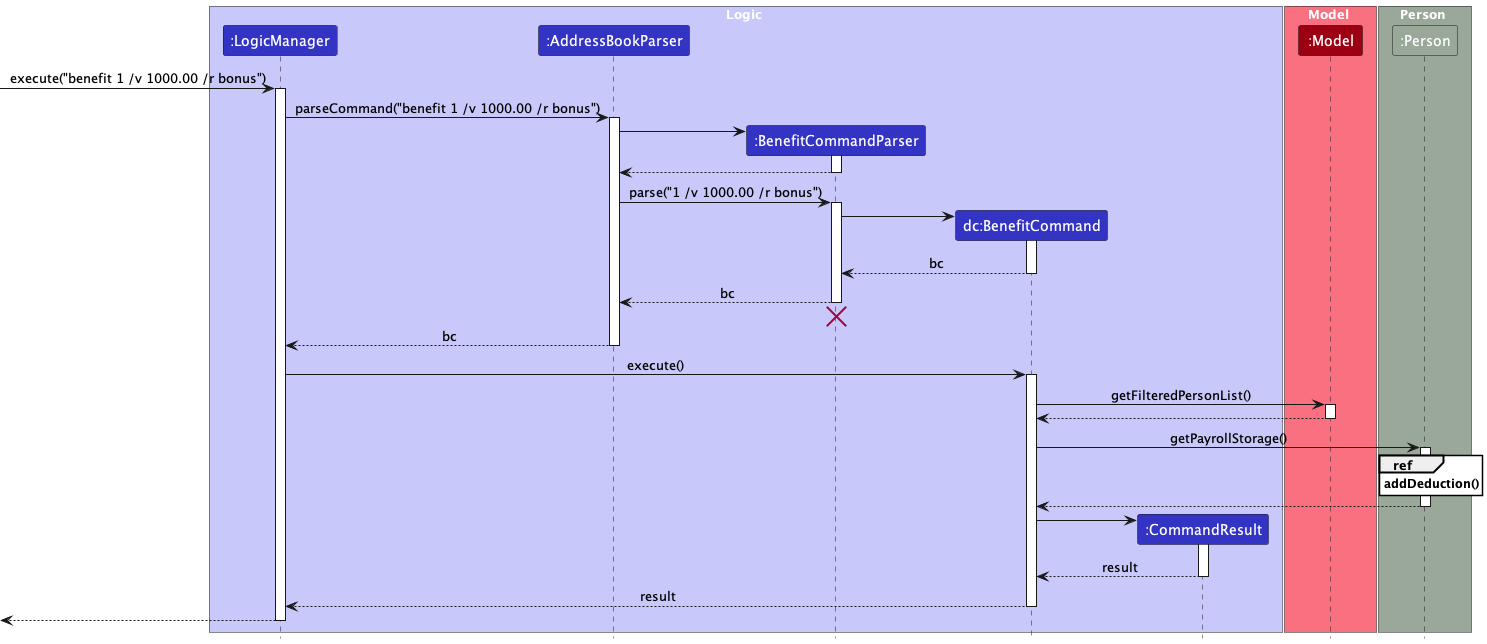
This is docs/images/AddBenefitSequenceDiagram.png from nus-cs2103-AY2324S1/tp, a PlantUML export, as it was before one commit.
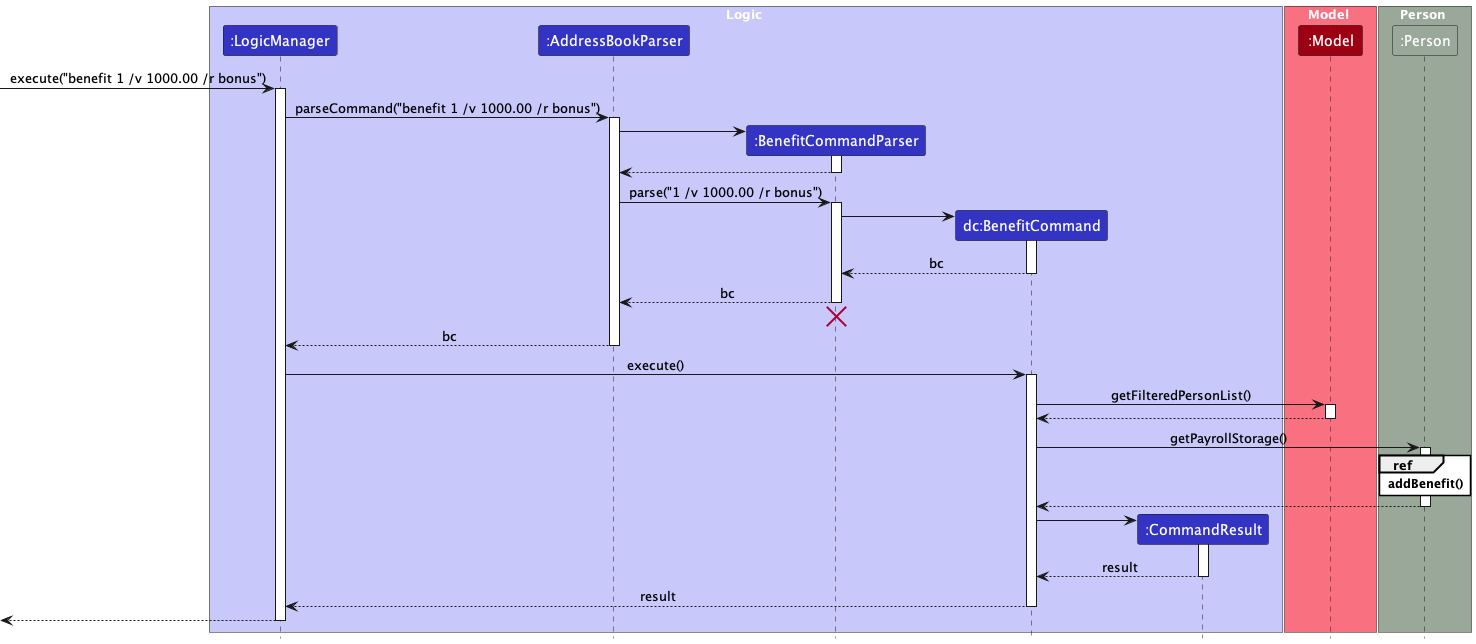
After the change.

Change to the diagram source:
```diff
@@ -62,7 +62,7 @@
 BenefitCommand -> Person : getPayrollStorage()
 activate Person
 
-ref over Person : **addDeduction()**
+ref over Person : **addBenefit()**
 
 Person --> BenefitCommand :
 deactivate Person
```
